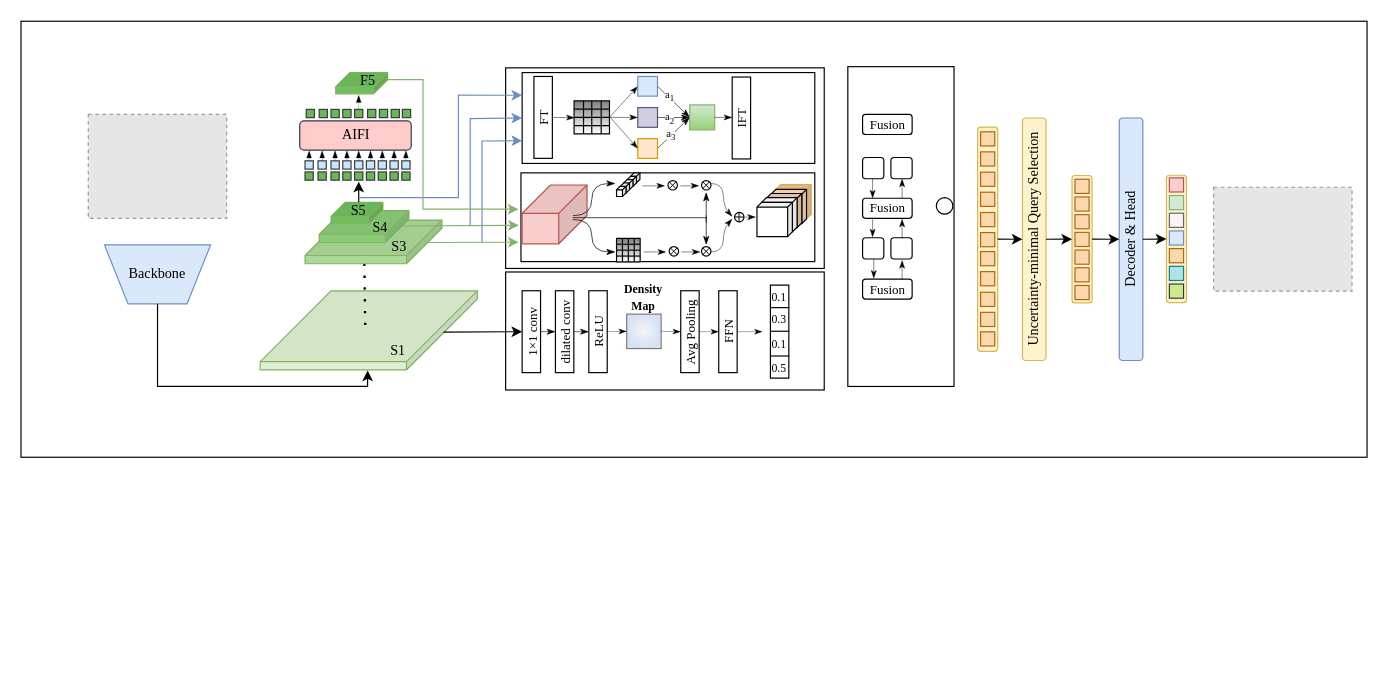
DingDongZz/typera_PicGO keeps this draw.io diagram as DrawIO_file/毕业论文画图/HDT-DETR.drawio. Above is the earlier version. Source tidied: cells renumbered, new cells numbered last; positions are measured from the earlier drawing's top-left corner, leaving out a move shared by most shapes. Both pictures are drawn from the tidied source at 118%, with x=0, y=0 at pixel (20, 20). Pictures stored in the file or linked from it are replaced by grey dashed boxes.
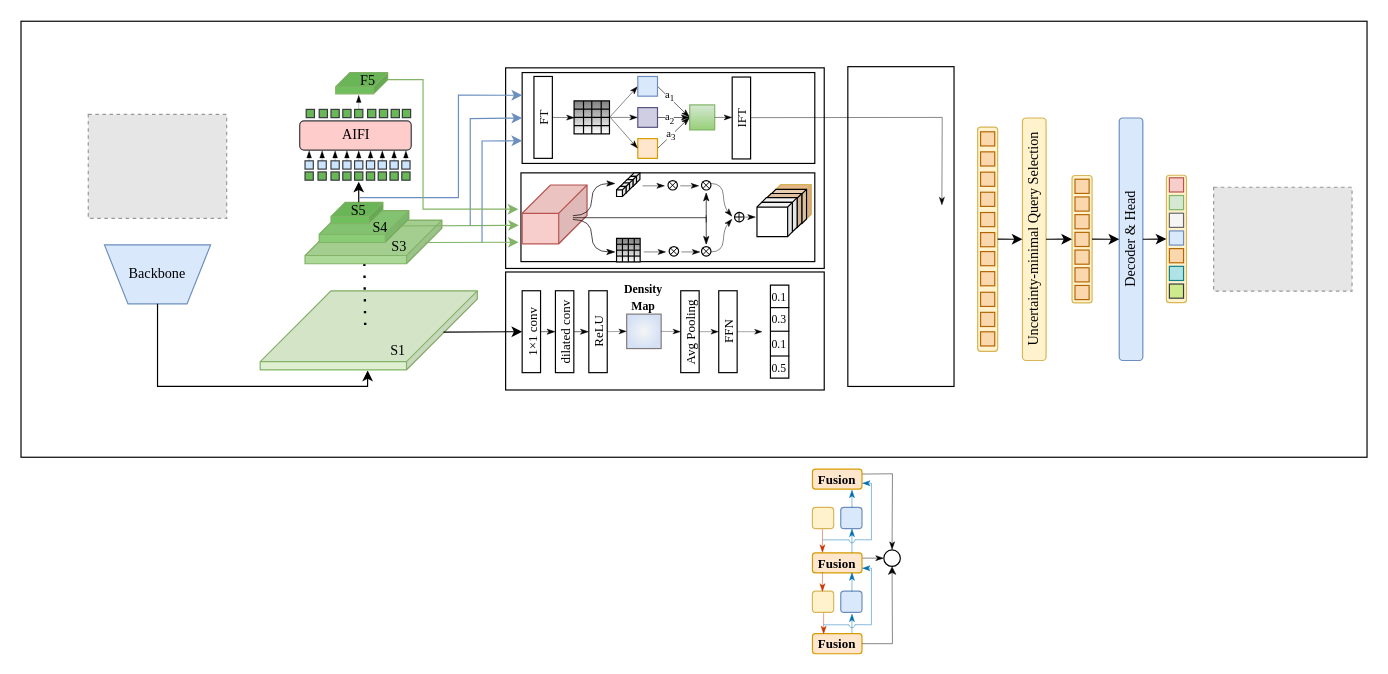
The same page after the edit.

Change to the diagram source:
```diff
@@
-    <mxCell id="241" value="Fusion" style="rounded=1;whiteSpace=wrap;html=1;fontFamily=Times New Roman;fontSize=11;fontColor=default;labelBackgroundColor=default;" parent="1" vertex="1">
-      <mxGeometry x="713.5" y="79.5" width="42" height="17" as="geometry" />
-    </mxCell>
-    <mxCell id="242" value="&lt;span style=&quot;font-family: &amp;quot;Times New Roman&amp;quot;;&quot;&gt;Fusion&lt;/span&gt;" style="rounded=1;whiteSpace=wrap;html=1;fontFamily=Helvetica;fontSize=11;fontColor=default;labelBackgroundColor=default;" parent="1" vertex="1">
-      <mxGeometry x="713.5" y="150.5" width="42" height="17" as="geometry" />
-    </mxCell>
-    <mxCell id="243" value="&lt;span style=&quot;font-family: &amp;quot;Times New Roman&amp;quot;;&quot;&gt;Fusion&lt;/span&gt;" style="rounded=1;whiteSpace=wrap;html=1;fontFamily=Helvetica;fontSize=11;fontColor=default;labelBackgroundColor=default;" parent="1" vertex="1">
-      <mxGeometry x="713.5" y="219" width="42" height="17" as="geometry" />
-    </mxCell>
-    <mxCell id="244" style="rounded=1;whiteSpace=wrap;html=1;fontFamily=Helvetica;fontSize=11;fontColor=default;labelBackgroundColor=default;" parent="1" vertex="1">
-      <mxGeometry x="737.5" y="116" width="18" height="18" as="geometry" />
-    </mxCell>
-    <mxCell id="245" style="edgeStyle=none;shape=connector;rounded=0;orthogonalLoop=1;jettySize=auto;html=1;entryX=0.25;entryY=0;entryDx=0;entryDy=0;strokeColor=default;strokeWidth=0.4;align=center;verticalAlign=middle;fontFamily=Helvetica;fontSize=11;fontColor=default;labelBackgroundColor=default;endArrow=classicThin;endFill=1;" parent="1" edge="1">
-      <mxGeometry relative="1" as="geometry">
-        <mxPoint x="722" y="134" as="sourcePoint" />
-        <mxPoint x="722" y="150.5" as="targetPoint" />
-      </mxGeometry>
-    </mxCell>
-    <mxCell id="246" style="rounded=1;whiteSpace=wrap;html=1;fontFamily=Helvetica;fontSize=11;fontColor=default;labelBackgroundColor=default;" parent="1" vertex="1">
-      <mxGeometry x="713.5" y="116" width="18" height="18" as="geometry" />
-    </mxCell>
-    <mxCell id="247" style="rounded=1;whiteSpace=wrap;html=1;fontFamily=Helvetica;fontSize=11;fontColor=default;labelBackgroundColor=default;" parent="1" vertex="1">
-      <mxGeometry x="737.5" y="184" width="18" height="18" as="geometry" />
-    </mxCell>
-    <mxCell id="248" style="rounded=1;whiteSpace=wrap;html=1;fontFamily=Helvetica;fontSize=11;fontColor=default;labelBackgroundColor=default;" parent="1" vertex="1">
-      <mxGeometry x="713.5" y="184" width="18" height="18" as="geometry" />
-    </mxCell>
-    <mxCell id="249" style="edgeStyle=none;shape=connector;rounded=0;orthogonalLoop=1;jettySize=auto;html=1;exitX=0;exitY=0.5;exitDx=0;exitDy=0;strokeColor=default;align=center;verticalAlign=middle;fontFamily=Helvetica;fontSize=11;fontColor=default;labelBackgroundColor=default;endArrow=none;" parent="1" edge="1" source="247" target="247">
-      <mxGeometry relative="1" as="geometry" />
-    </mxCell>
-    <mxCell id="250" style="ellipse;whiteSpace=wrap;html=1;fontFamily=Helvetica;fontSize=11;fontColor=default;labelBackgroundColor=default;" parent="1" vertex="1">
-      <mxGeometry x="776" y="150" width="14" height="14" as="geometry" />
-    </mxCell>
-    <mxCell id="251" style="edgeStyle=none;shape=connector;rounded=0;orthogonalLoop=1;jettySize=auto;html=1;entryX=0.25;entryY=0;entryDx=0;entryDy=0;strokeColor=default;strokeWidth=0.4;align=center;verticalAlign=middle;fontFamily=Helvetica;fontSize=11;fontColor=default;labelBackgroundColor=default;endArrow=classicThin;endFill=1;" parent="1" edge="1">
-      <mxGeometry relative="1" as="geometry">
-        <mxPoint x="747" y="150.5" as="sourcePoint" />
-        <mxPoint x="747" y="134" as="targetPoint" />
-      </mxGeometry>
-    </mxCell>
-    <mxCell id="252" style="edgeStyle=none;shape=connector;rounded=0;orthogonalLoop=1;jettySize=auto;html=1;entryX=0.25;entryY=0;entryDx=0;entryDy=0;strokeColor=default;strokeWidth=0.4;align=center;verticalAlign=middle;fontFamily=Helvetica;fontSize=11;fontColor=default;labelBackgroundColor=default;endArrow=classicThin;endFill=1;" parent="1" edge="1">
-      <mxGeometry relative="1" as="geometry">
-        <mxPoint x="747" y="184.5" as="sourcePoint" />
-        <mxPoint x="747" y="168" as="targetPoint" />
-      </mxGeometry>
-    </mxCell>
-    <mxCell id="253" style="edgeStyle=none;shape=connector;rounded=0;orthogonalLoop=1;jettySize=auto;html=1;entryX=0.25;entryY=0;entryDx=0;entryDy=0;strokeColor=default;strokeWidth=0.4;align=center;verticalAlign=middle;fontFamily=Helvetica;fontSize=11;fontColor=default;labelBackgroundColor=default;endArrow=classicThin;endFill=1;" parent="1" edge="1">
-      <mxGeometry relative="1" as="geometry">
-        <mxPoint x="722" y="167" as="sourcePoint" />
-        <mxPoint x="722" y="183.5" as="targetPoint" />
-      </mxGeometry>
-    </mxCell>
-    <mxCell id="254" style="edgeStyle=none;shape=connector;rounded=0;orthogonalLoop=1;jettySize=auto;html=1;entryX=0.25;entryY=0;entryDx=0;entryDy=0;strokeColor=default;strokeWidth=0.4;align=center;verticalAlign=middle;fontFamily=Helvetica;fontSize=11;fontColor=default;labelBackgroundColor=default;endArrow=classicThin;endFill=1;" parent="1" edge="1">
-      <mxGeometry relative="1" as="geometry">
-        <mxPoint x="747" y="219.5" as="sourcePoint" />
-        <mxPoint x="747" y="203" as="targetPoint" />
-      </mxGeometry>
-    </mxCell>
-    <mxCell id="255" style="edgeStyle=none;shape=connector;rounded=0;orthogonalLoop=1;jettySize=auto;html=1;entryX=0.25;entryY=0;entryDx=0;entryDy=0;strokeColor=default;strokeWidth=0.4;align=center;verticalAlign=middle;fontFamily=Helvetica;fontSize=11;fontColor=default;labelBackgroundColor=default;endArrow=classicThin;endFill=1;" parent="1" edge="1">
-      <mxGeometry relative="1" as="geometry">
-        <mxPoint x="723" y="202" as="sourcePoint" />
-        <mxPoint x="723" y="218.5" as="targetPoint" />
-      </mxGeometry>
-    </mxCell>
+    <mxCell id="256" style="edgeStyle=none;shape=connector;rounded=0;orthogonalLoop=1;jettySize=auto;html=1;entryX=0.5;entryY=0;entryDx=0;entryDy=0;strokeColor=default;strokeWidth=0.4;align=center;verticalAlign=middle;fontFamily=Helvetica;fontSize=11;fontColor=default;labelBackgroundColor=default;endArrow=classicThin;endFill=1;exitX=1;exitY=0.25;exitDx=0;exitDy=0;" parent="1" edge="1">
+      <mxGeometry relative="1" as="geometry">
+        <mxPoint x="618.6" y="82.2" as="sourcePoint" />
+        <mxPoint x="780.7" y="156.5" as="targetPoint" />
+        <Array as="points">
+          <mxPoint x="781" y="82" />
+        </Array>
+      </mxGeometry>
+    </mxCell>
+    <mxCell id="257" style="edgeStyle=none;shape=connector;rounded=0;jettySize=auto;html=1;entryX=0.5;entryY=0;entryDx=0;entryDy=0;strokeColor=default;strokeWidth=0.4;align=center;verticalAlign=middle;fontFamily=Helvetica;fontSize=11;fontColor=default;labelBackgroundColor=default;endArrow=classicThin;endFill=1;exitX=1;exitY=0.25;exitDx=0;exitDy=0;" parent="1" edge="1" source="258" target="267">
+      <mxGeometry relative="1" as="geometry">
+        <Array as="points">
+          <mxPoint x="738.8" y="384" />
+        </Array>
+      </mxGeometry>
+    </mxCell>
+    <mxCell id="258" value="Fusion" style="rounded=1;whiteSpace=wrap;html=1;fontFamily=Times New Roman;fontSize=11;labelBackgroundColor=none;fillColor=#ffe6cc;strokeColor=#d79b00;fontColor=default;fontStyle=1;" parent="1" vertex="1">
+      <mxGeometry x="671" y="380" width="42" height="17" as="geometry" />
+    </mxCell>
+    <mxCell id="259" style="edgeStyle=none;shape=connector;rounded=0;orthogonalLoop=1;jettySize=auto;html=1;entryX=0;entryY=0.5;entryDx=0;entryDy=0;strokeColor=default;strokeWidth=0.4;align=center;verticalAlign=middle;fontFamily=Helvetica;fontSize=11;fontColor=default;labelBackgroundColor=default;endArrow=classicThin;endFill=1;" parent="1" edge="1">
+      <mxGeometry relative="1" as="geometry">
+        <mxPoint x="713" y="455.5" as="sourcePoint" />
+        <mxPoint x="731.5" y="455.5" as="targetPoint" />
+      </mxGeometry>
+    </mxCell>
+    <mxCell id="260" value="&lt;span style=&quot;font-family: &amp;quot;Times New Roman&amp;quot;;&quot;&gt;Fusion&lt;/span&gt;" style="rounded=1;whiteSpace=wrap;html=1;fontFamily=Helvetica;fontSize=11;labelBackgroundColor=none;fillColor=#ffe6cc;strokeColor=#d79b00;fontStyle=1;" parent="1" vertex="1">
+      <mxGeometry x="671" y="451" width="42" height="17" as="geometry" />
+    </mxCell>
+    <mxCell id="261" value="&lt;span style=&quot;font-family: &amp;quot;Times New Roman&amp;quot;;&quot;&gt;Fusion&lt;/span&gt;" style="rounded=1;whiteSpace=wrap;html=1;fontFamily=Helvetica;fontSize=11;labelBackgroundColor=none;fillColor=#ffe6cc;strokeColor=#d79b00;fontStyle=1;" parent="1" vertex="1">
+      <mxGeometry x="671" y="519.5" width="42" height="17" as="geometry" />
+    </mxCell>
+    <mxCell id="262" style="rounded=1;whiteSpace=wrap;html=1;fontFamily=Helvetica;fontSize=11;labelBackgroundColor=default;fillColor=#dae8fc;strokeColor=#6c8ebf;" parent="1" vertex="1">
+      <mxGeometry x="695" y="412.5" width="18" height="18" as="geometry" />
+    </mxCell>
+    <mxCell id="263" style="edgeStyle=none;shape=connector;rounded=0;orthogonalLoop=1;jettySize=auto;html=1;entryX=0.25;entryY=0;entryDx=0;entryDy=0;strokeColor=#C73500;strokeWidth=0.4;align=center;verticalAlign=middle;fontFamily=Helvetica;fontSize=11;fontColor=default;labelBackgroundColor=default;endArrow=classicThin;endFill=1;fillColor=#fa6800;" parent="1" edge="1">
+      <mxGeometry relative="1" as="geometry">
+        <mxPoint x="679.5" y="430" as="sourcePoint" />
+        <mxPoint x="679.5" y="451" as="targetPoint" />
+      </mxGeometry>
+    </mxCell>
+    <mxCell id="264" style="rounded=1;whiteSpace=wrap;html=1;fontFamily=Helvetica;fontSize=11;labelBackgroundColor=default;fillColor=#fff2cc;strokeColor=#d6b656;" parent="1" vertex="1">
+      <mxGeometry x="671" y="412.5" width="18" height="18" as="geometry" />
+    </mxCell>
+    <mxCell id="265" style="rounded=1;whiteSpace=wrap;html=1;fontFamily=Helvetica;fontSize=11;labelBackgroundColor=default;fillColor=#dae8fc;strokeColor=#6c8ebf;" parent="1" vertex="1">
+      <mxGeometry x="695" y="483.5" width="18" height="18" as="geometry" />
+    </mxCell>
+    <mxCell id="266" style="rounded=1;whiteSpace=wrap;html=1;fontFamily=Helvetica;fontSize=11;labelBackgroundColor=default;fillColor=#fff2cc;strokeColor=#d6b656;" parent="1" vertex="1">
+      <mxGeometry x="671" y="483.5" width="18" height="18" as="geometry" />
+    </mxCell>
+    <mxCell id="267" style="ellipse;whiteSpace=wrap;html=1;fontFamily=Helvetica;fontSize=11;fontColor=default;labelBackgroundColor=default;" parent="1" vertex="1">
+      <mxGeometry x="731.5" y="448.5" width="14" height="14" as="geometry" />
+    </mxCell>
+    <mxCell id="268" style="edgeStyle=none;shape=connector;rounded=0;orthogonalLoop=1;jettySize=auto;html=1;entryX=0.25;entryY=0;entryDx=0;entryDy=0;strokeColor=#006EAF;strokeWidth=0.4;align=center;verticalAlign=middle;fontFamily=Helvetica;fontSize=11;fontColor=default;labelBackgroundColor=default;endArrow=classicThin;endFill=1;fillColor=#1ba1e2;" parent="1" edge="1">
+      <mxGeometry relative="1" as="geometry">
+        <mxPoint x="704.5" y="451" as="sourcePoint" />
+        <mxPoint x="704.5" y="430.5" as="targetPoint" />
+      </mxGeometry>
+    </mxCell>
+    <mxCell id="269" style="edgeStyle=none;shape=connector;rounded=0;orthogonalLoop=1;jettySize=auto;html=1;entryX=0.25;entryY=0;entryDx=0;entryDy=0;strokeColor=#006EAF;strokeWidth=0.4;align=center;verticalAlign=middle;fontFamily=Helvetica;fontSize=11;fontColor=default;labelBackgroundColor=default;endArrow=classicThin;endFill=1;fillColor=#1ba1e2;" parent="1" edge="1">
+      <mxGeometry relative="1" as="geometry">
+        <mxPoint x="704.5" y="484" as="sourcePoint" />
+        <mxPoint x="704.5" y="467.5" as="targetPoint" />
+      </mxGeometry>
+    </mxCell>
+    <mxCell id="270" style="edgeStyle=none;shape=connector;rounded=0;orthogonalLoop=1;jettySize=auto;html=1;entryX=0.25;entryY=0;entryDx=0;entryDy=0;strokeColor=#C73500;strokeWidth=0.4;align=center;verticalAlign=middle;fontFamily=Helvetica;fontSize=11;fontColor=default;labelBackgroundColor=default;endArrow=classicThin;endFill=1;fillColor=#fa6800;" parent="1" edge="1">
+      <mxGeometry relative="1" as="geometry">
+        <mxPoint x="679.5" y="467.5" as="sourcePoint" />
+        <mxPoint x="679.5" y="484" as="targetPoint" />
+      </mxGeometry>
+    </mxCell>
+    <mxCell id="271" style="edgeStyle=none;shape=connector;rounded=0;orthogonalLoop=1;jettySize=auto;html=1;entryX=0.25;entryY=0;entryDx=0;entryDy=0;strokeColor=#006EAF;strokeWidth=0.4;align=center;verticalAlign=middle;fontFamily=Helvetica;fontSize=11;fontColor=default;labelBackgroundColor=default;endArrow=classicThin;endFill=1;fillColor=#1ba1e2;" parent="1" edge="1">
+      <mxGeometry relative="1" as="geometry">
+        <mxPoint x="704.5" y="519" as="sourcePoint" />
+        <mxPoint x="704.5" y="502.5" as="targetPoint" />
+      </mxGeometry>
+    </mxCell>
+    <mxCell id="272" style="edgeStyle=none;shape=connector;rounded=0;orthogonalLoop=1;jettySize=auto;html=1;entryX=0.25;entryY=0;entryDx=0;entryDy=0;strokeColor=#C73500;strokeWidth=0.4;align=center;verticalAlign=middle;fontFamily=Helvetica;fontSize=11;fontColor=default;labelBackgroundColor=default;endArrow=classicThin;endFill=1;fillColor=#fa6800;" parent="1" edge="1">
+      <mxGeometry relative="1" as="geometry">
+        <mxPoint x="680.5" y="502" as="sourcePoint" />
+        <mxPoint x="680.5" y="520" as="targetPoint" />
+      </mxGeometry>
+    </mxCell>
+    <mxCell id="273" style="edgeStyle=none;shape=connector;rounded=0;orthogonalLoop=1;jettySize=auto;html=1;entryX=0.25;entryY=0;entryDx=0;entryDy=0;strokeColor=#006EAF;strokeWidth=0.4;align=center;verticalAlign=middle;fontFamily=Helvetica;fontSize=11;fontColor=default;labelBackgroundColor=default;endArrow=classicThin;endFill=1;fillColor=#1ba1e2;" parent="1" edge="1">
+      <mxGeometry relative="1" as="geometry">
+        <mxPoint x="704.5" y="413" as="sourcePoint" />
+        <mxPoint x="704.5" y="397.5" as="targetPoint" />
+      </mxGeometry>
+    </mxCell>
+    <mxCell id="274" style="endArrow=classic;html=1;rounded=0;strokeColor=default;strokeWidth=0.4;align=center;verticalAlign=middle;fontFamily=Helvetica;fontSize=11;fontColor=default;labelBackgroundColor=default;exitX=1;exitY=0.5;exitDx=0;exitDy=0;entryX=0.5;entryY=1;entryDx=0;entryDy=0;" parent="1" edge="1" source="261" target="267">
+      <mxGeometry relative="1" as="geometry">
+        <Array as="points">
+          <mxPoint x="738.8" y="528" />
+        </Array>
+      </mxGeometry>
+    </mxCell>
+    <mxCell id="275" style="endArrow=classicThin;html=1;rounded=0;strokeColor=#006EAF;strokeWidth=0.4;align=center;verticalAlign=middle;fontFamily=Helvetica;fontSize=11;fontColor=default;labelBackgroundColor=default;edgeStyle=none;exitX=0.988;exitY=0.499;exitDx=0;exitDy=0;exitPerimeter=0;endFill=1;fillColor=#1ba1e2;" parent="1" edge="1" source="276">
+      <mxGeometry relative="1" as="geometry">
+        <mxPoint x="713" y="464" as="targetPoint" />
+        <Array as="points">
+          <mxPoint x="721" y="512" />
+          <mxPoint x="721" y="464" />
+        </Array>
+      </mxGeometry>
+    </mxCell>
+    <mxCell id="276" style="verticalLabelPosition=bottom;verticalAlign=top;html=1;shape=mxgraph.basic.arc;startAngle=0.24522678332873485;endAngle=0.75;fontFamily=Helvetica;fontSize=11;fontColor=#ffffff;labelBackgroundColor=default;strokeWidth=0.4;direction=west;flipH=1;flipV=1;fillColor=#1ba1e2;strokeColor=#006EAF;" parent="1" vertex="1">
+      <mxGeometry x="702" y="509.4" width="5" height="5" as="geometry" />
+    </mxCell>
+    <mxCell id="277" style="endArrow=none;html=1;rounded=0;strokeColor=#006EAF;strokeWidth=0.4;align=center;verticalAlign=middle;fontFamily=Helvetica;fontSize=11;fontColor=default;labelBackgroundColor=default;edgeStyle=none;fillColor=#1ba1e2;" parent="1" edge="1">
+      <mxGeometry relative="1" as="geometry">
+        <mxPoint x="680.5" y="512" as="sourcePoint" />
+        <mxPoint x="702" y="512" as="targetPoint" />
+      </mxGeometry>
+    </mxCell>
+    <mxCell id="278" style="endArrow=classicThin;html=1;rounded=0;strokeColor=#006EAF;strokeWidth=0.4;align=center;verticalAlign=middle;fontFamily=Helvetica;fontSize=11;fontColor=default;labelBackgroundColor=default;edgeStyle=none;exitX=0.988;exitY=0.499;exitDx=0;exitDy=0;exitPerimeter=0;endFill=1;fillColor=#1ba1e2;" parent="1" edge="1" source="279">
+      <mxGeometry relative="1" as="geometry">
+        <mxPoint x="713" y="392" as="targetPoint" />
+        <Array as="points">
+          <mxPoint x="721" y="440" />
+          <mxPoint x="721" y="392" />
+        </Array>
+      </mxGeometry>
+    </mxCell>
+    <mxCell id="279" style="verticalLabelPosition=bottom;verticalAlign=top;html=1;shape=mxgraph.basic.arc;startAngle=0.24522678332873485;endAngle=0.75;fontFamily=Helvetica;fontSize=11;fontColor=#ffffff;labelBackgroundColor=default;strokeWidth=0.4;direction=west;flipH=1;flipV=1;fillColor=#1ba1e2;strokeColor=#006EAF;" parent="1" vertex="1">
+      <mxGeometry x="702" y="437.4" width="5" height="5" as="geometry" />
+    </mxCell>
+    <mxCell id="280" style="endArrow=none;html=1;rounded=0;strokeColor=#006EAF;strokeWidth=0.4;align=center;verticalAlign=middle;fontFamily=Helvetica;fontSize=11;fontColor=default;labelBackgroundColor=default;edgeStyle=none;fillColor=#1ba1e2;" parent="1" edge="1">
+      <mxGeometry relative="1" as="geometry">
+        <mxPoint x="679.5" y="440" as="sourcePoint" />
+        <mxPoint x="702" y="440" as="targetPoint" />
+      </mxGeometry>
+    </mxCell>
```
